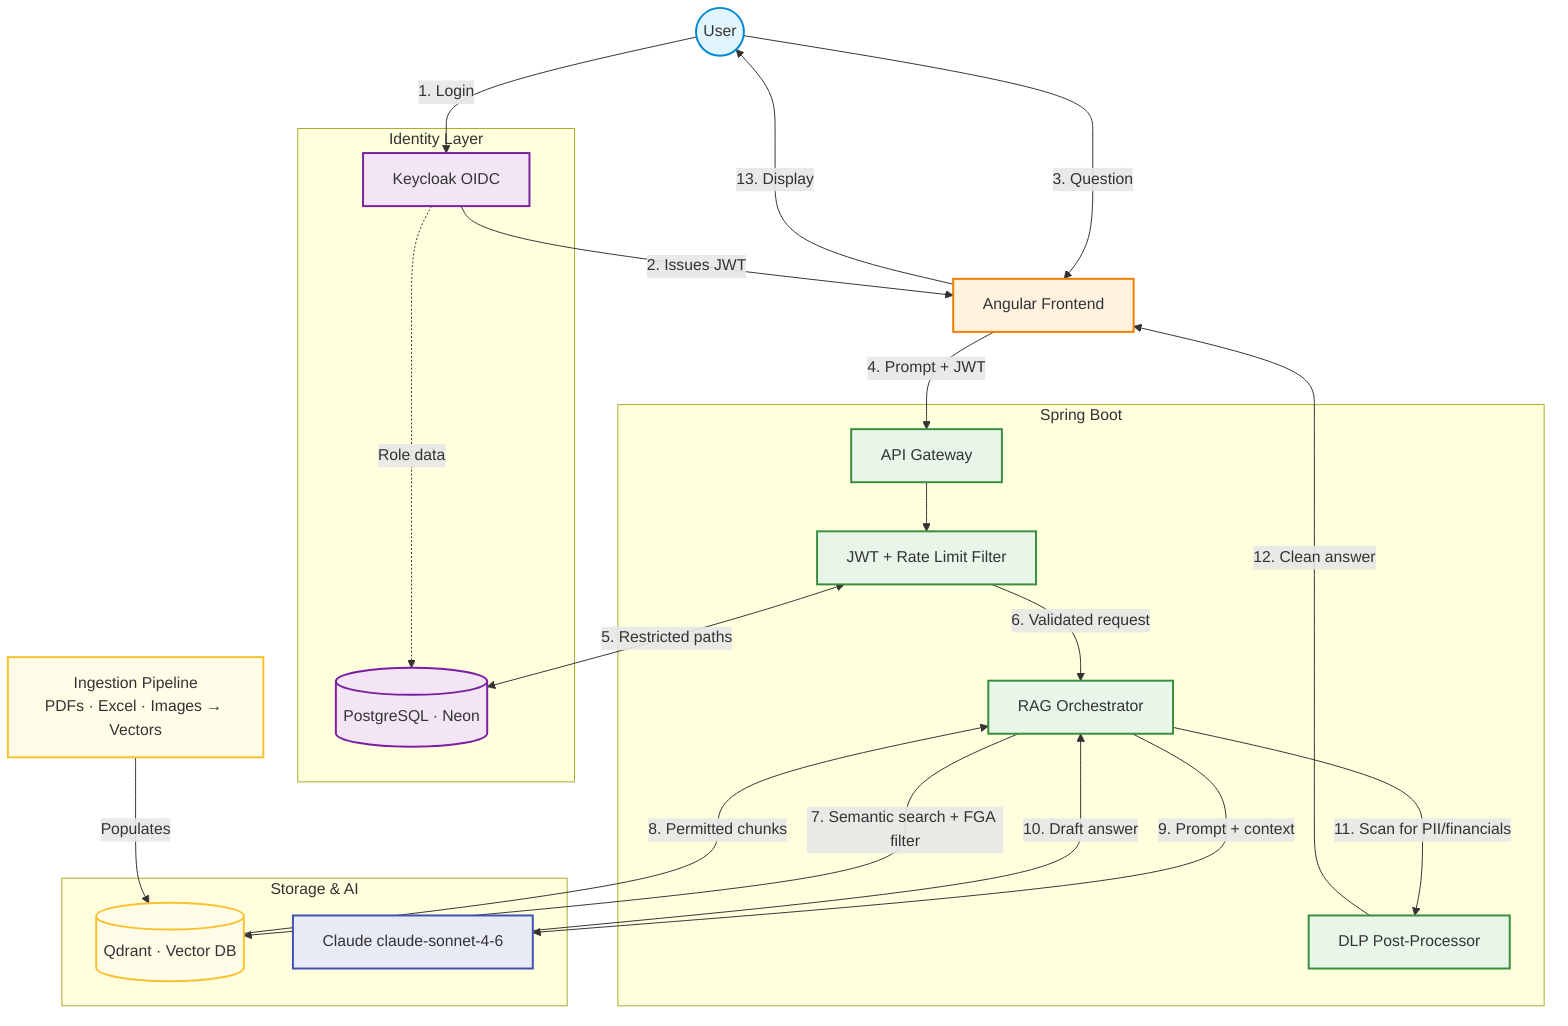
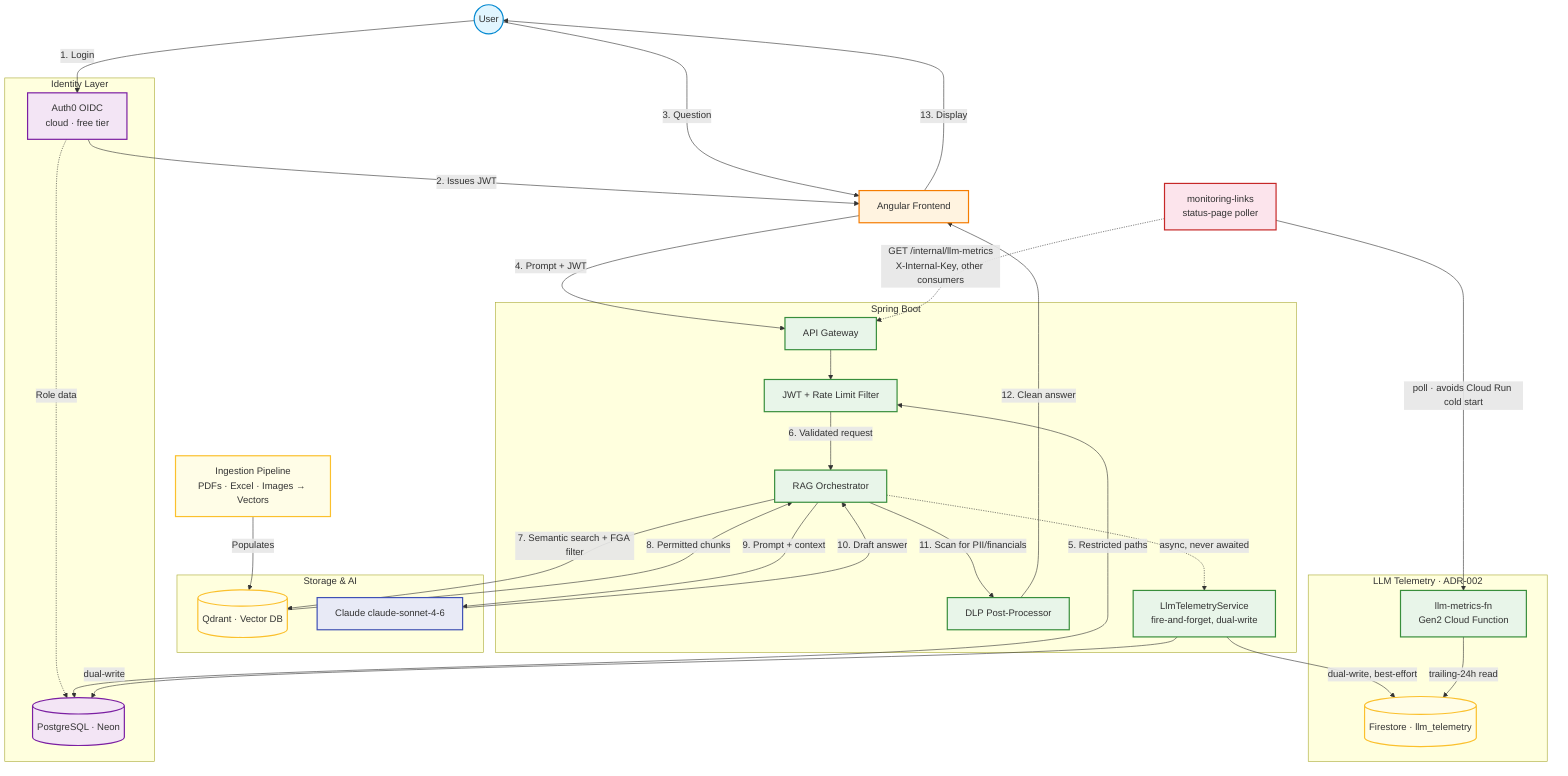
---
config:
  theme: mc
id: b84c2ee5-7864-4b95-8905-1aaaf06e2d9d
---
flowchart TD
    classDef user fill:#e1f5fe,stroke:#0288d1,stroke-width:2px;
    classDef frontend fill:#fff3e0,stroke:#f57c00,stroke-width:2px;
    classDef backend fill:#e8f5e9,stroke:#388e3c,stroke-width:2px;
    classDef identity fill:#f3e5f5,stroke:#7b1fa2,stroke-width:2px;
    classDef data fill:#fffde7,stroke:#fbc02d,stroke-width:2px;
    classDef ai fill:#e8eaf6,stroke:#3f51b5,stroke-width:2px;
+     classDef external fill:#fce4ec,stroke:#c62828,stroke-width:2px;

    User((User)):::user
    UI[Angular Frontend]:::frontend

    subgraph Identity [Identity Layer]
-         Keycloak[Keycloak OIDC]:::identity
+         Auth0[Auth0 OIDC<br/>cloud · free tier]:::identity
        Postgres[(PostgreSQL · Neon)]:::identity
    end

    Ingestion[Ingestion Pipeline<br/>PDFs · Excel · Images → Vectors]:::data

    subgraph Backend [Spring Boot]
        API[API Gateway]:::backend
        Filter[JWT + Rate Limit Filter]:::backend
        RAG[RAG Orchestrator]:::backend
        DLP[DLP Post-Processor]:::backend
+         LlmTel[LlmTelemetryService<br/>fire-and-forget, dual-write]:::backend
    end

    subgraph Storage [Storage & AI]
        VDB[(Qdrant · Vector DB)]:::data
        LLM[Claude claude-sonnet-4-6]:::ai
    end

+     subgraph Telemetry [LLM Telemetry · ADR-002]
+         Firestore[(Firestore · llm_telemetry)]:::data
+         MetricsFn[llm-metrics-fn<br/>Gen2 Cloud Function]:::backend
+     end
+ 
+     MonitoringLinks[monitoring-links<br/>status-page poller]:::external
+ 
    Ingestion -->|Populates| VDB

-     User -->|1. Login| Keycloak
-     Keycloak -->|2. Issues JWT| UI
-     Keycloak -.->|Role data| Postgres
+     User -->|1. Login| Auth0
+     Auth0 -->|2. Issues JWT| UI
+     Auth0 -.->|Role data| Postgres

    User -->|3. Question| UI
    UI -->|4. Prompt + JWT| API

    API --> Filter
    Filter <-->|5. Restricted paths| Postgres
    Filter -->|6. Validated request| RAG

    RAG -->|7. Semantic search + FGA filter| VDB
    VDB -->|8. Permitted chunks| RAG

    RAG -->|9. Prompt + context| LLM
    LLM -->|10. Draft answer| RAG

    RAG -->|11. Scan for PII/financials| DLP
    DLP -->|12. Clean answer| UI
-     UI -->|13. Display| User+     UI -->|13. Display| User
+ 
+     RAG -.->|async, never awaited| LlmTel
+     LlmTel -->|dual-write| Postgres
+     LlmTel -->|dual-write, best-effort| Firestore
+     MetricsFn -->|trailing-24h read| Firestore
+     MonitoringLinks -->|poll · avoids Cloud Run cold start| MetricsFn
+     MonitoringLinks -.->|GET /internal/llm-metrics<br/>X-Internal-Key, other consumers| API